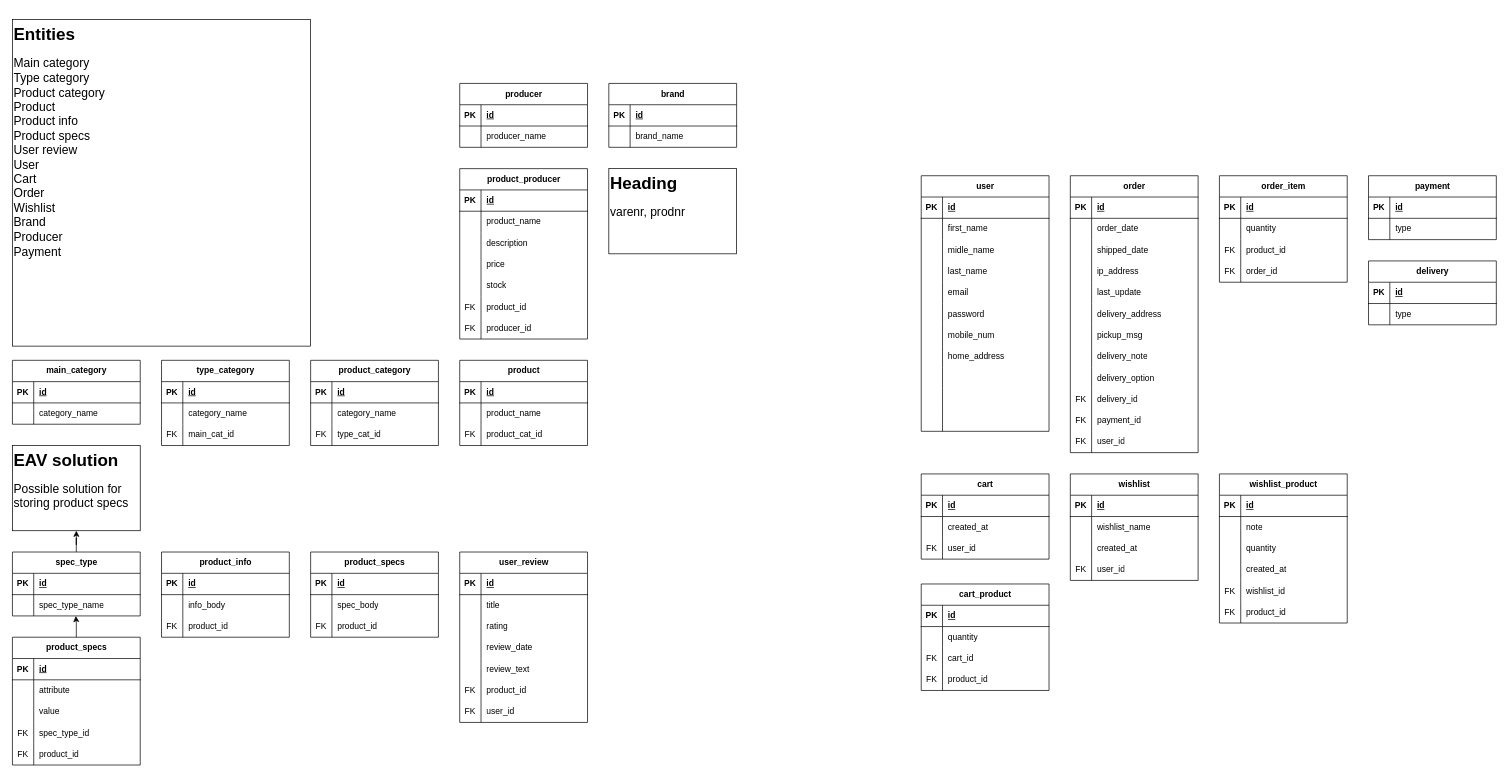
Above: komplett_ERD.drawio in mats-bb/DataAnalysis-OLTP-DWH (draw.io), before the change. Source tidied: cells renumbered, new cells numbered last; positions are measured from the earlier drawing's top-left corner, leaving out a move shared by most shapes. Both pictures are drawn from the tidied source at 71%, with x=0, y=0 at pixel (12, 19).
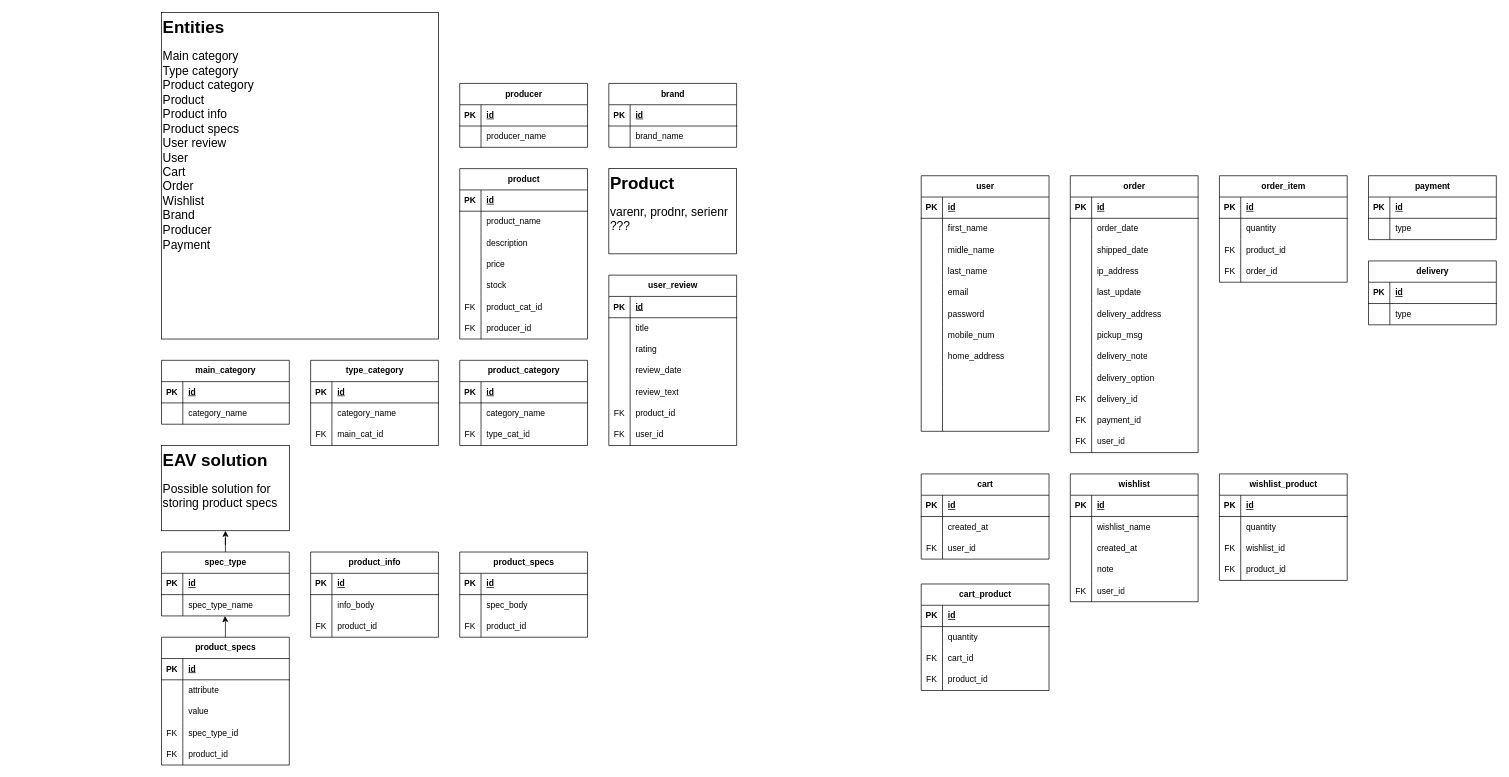
After the change.

The change refers to these unchanged cells:
```xml
<mxCell id="284" style="shape=tableRow;horizontal=0;startSize=0;swimlaneHead=0;swimlaneBody=0;fillColor=none;top=0;left=0;right=0;bottom=0;" parent="268" vertex="1">
  <mxGeometry y="180" width="180" height="30" as="geometry" />
</mxCell>
```

Change to the diagram source:
```diff
@@
     <mxCell id="2" value="&lt;h1 style=&quot;margin-top: 0px;&quot;&gt;Entities&lt;/h1&gt;&lt;p style=&quot;font-size: 17px;&quot;&gt;Main category&lt;br&gt;Type category&lt;br&gt;Product category&lt;br&gt;Product&lt;br&gt;Product info&lt;br&gt;Product specs&lt;br&gt;User review&amp;nbsp;&lt;br&gt;User&lt;br&gt;Cart&lt;br&gt;Order&lt;br&gt;Wishlist&lt;br&gt;Brand&lt;br&gt;Producer&lt;br&gt;Payment&lt;br&gt;&lt;br&gt;&lt;br&gt;&lt;/p&gt;" style="text;html=1;whiteSpace=wrap;overflow=hidden;rounded=0;fillColor=default;strokeColor=default;" parent="1" vertex="1">
-      <mxGeometry width="420" height="460" as="geometry" />
+      <mxGeometry x="210" y="-10" width="390" height="460" as="geometry" />
     </mxCell>
     <mxCell id="3" value="main_category" style="shape=table;startSize=30;childLayout=tableLayout;rowLines=0;fontStyle=1;align=center;html=1;" parent="1" vertex="1">
-      <mxGeometry y="480" width="180" height="90" as="geometry" />
+      <mxGeometry x="210" y="480" width="180" height="90" as="geometry" />
     </mxCell>
@@
     <mxCell id="10" value="type_category" style="shape=table;startSize=30;childLayout=tableLayout;rowLines=0;fontStyle=1;align=center;html=1;" parent="1" vertex="1">
-      <mxGeometry x="210" y="480" width="180" height="120" as="geometry" />
+      <mxGeometry x="420" y="480" width="180" height="120" as="geometry" />
     </mxCell>
@@
     <mxCell id="20" value="product_category" style="shape=table;startSize=30;childLayout=tableLayout;rowLines=0;fontStyle=1;align=center;html=1;" parent="1" vertex="1">
-      <mxGeometry x="420" y="480" width="180" height="120" as="geometry" />
+      <mxGeometry x="630" y="480" width="180" height="120" as="geometry" />
     </mxCell>
@@
-    <mxCell id="30" value="product" style="shape=table;startSize=30;childLayout=tableLayout;rowLines=0;fontStyle=1;align=center;html=1;" parent="1" vertex="1">
-      <mxGeometry x="630" y="480" width="180" height="120" as="geometry" />
-    </mxCell>
-    <mxCell id="31" style="shape=tableRow;horizontal=0;startSize=0;swimlaneHead=0;swimlaneBody=0;fillColor=none;top=0;left=0;right=0;bottom=1;" parent="30" vertex="1">
-      <mxGeometry y="30" width="180" height="30" as="geometry" />
-    </mxCell>
-    <mxCell id="32" value="PK" style="shape=partialRectangle;fillColor=none;top=0;left=0;bottom=0;right=0;fontStyle=1;overflow=hidden;whiteSpace=wrap;html=1;" parent="31" vertex="1">
-      <mxGeometry width="30" height="30" as="geometry" />
-    </mxCell>
-    <mxCell id="33" value="id" style="shape=partialRectangle;fillColor=none;top=0;left=0;bottom=0;right=0;align=left;spacingLeft=6;fontStyle=5;overflow=hidden;whiteSpace=wrap;html=1;" parent="31" vertex="1">
-      <mxGeometry x="30" width="150" height="30" as="geometry" />
-    </mxCell>
-    <mxCell id="34" style="shape=tableRow;horizontal=0;startSize=0;swimlaneHead=0;swimlaneBody=0;fillColor=none;top=0;left=0;right=0;bottom=0;" parent="30" vertex="1">
-      <mxGeometry y="60" width="180" height="30" as="geometry" />
-    </mxCell>
-    <mxCell id="35" style="shape=partialRectangle;fillColor=none;top=0;left=0;bottom=0;right=0;overflow=hidden;whiteSpace=wrap;html=1;" parent="34" vertex="1">
-      <mxGeometry width="30" height="30" as="geometry" />
-    </mxCell>
-    <mxCell id="36" value="product_name" style="shape=partialRectangle;fillColor=none;top=0;left=0;bottom=0;right=0;align=left;spacingLeft=6;overflow=hidden;whiteSpace=wrap;html=1;" parent="34" vertex="1">
-      <mxGeometry x="30" width="150" height="30" as="geometry" />
-    </mxCell>
-    <mxCell id="37" style="shape=tableRow;horizontal=0;startSize=0;swimlaneHead=0;swimlaneBody=0;fillColor=none;top=0;left=0;right=0;bottom=0;" parent="30" vertex="1">
-      <mxGeometry y="90" width="180" height="30" as="geometry" />
-    </mxCell>
-    <mxCell id="38" value="FK" style="shape=partialRectangle;fillColor=none;top=0;left=0;bottom=0;right=0;overflow=hidden;whiteSpace=wrap;html=1;" parent="37" vertex="1">
-      <mxGeometry width="30" height="30" as="geometry" />
-    </mxCell>
-    <mxCell id="39" value="product_cat_id" style="shape=partialRectangle;fillColor=none;top=0;left=0;bottom=0;right=0;align=left;spacingLeft=6;overflow=hidden;whiteSpace=wrap;html=1;" parent="37" vertex="1">
-      <mxGeometry x="30" width="150" height="30" as="geometry" />
-    </mxCell>
     <mxCell id="40" value="product_info" style="shape=table;startSize=30;childLayout=tableLayout;rowLines=0;fontStyle=1;align=center;html=1;" parent="1" vertex="1">
-      <mxGeometry x="210" y="750" width="180" height="120" as="geometry" />
+      <mxGeometry x="420" y="750" width="180" height="120" as="geometry" />
     </mxCell>
@@
     <mxCell id="50" value="product_specs" style="shape=table;startSize=30;childLayout=tableLayout;rowLines=0;fontStyle=1;align=center;html=1;" parent="1" vertex="1">
-      <mxGeometry x="420" y="750" width="180" height="120" as="geometry" />
+      <mxGeometry x="630" y="750" width="180" height="120" as="geometry" />
     </mxCell>
@@
     <mxCell id="60" value="user_review" style="shape=table;startSize=30;childLayout=tableLayout;rowLines=0;fontStyle=1;align=center;html=1;" parent="1" vertex="1">
-      <mxGeometry x="630" y="750" width="180" height="240" as="geometry" />
+      <mxGeometry x="840" y="360" width="180" height="240" as="geometry" />
     </mxCell>
@@
     <mxCell id="163" value="wishlist" style="shape=table;startSize=30;childLayout=tableLayout;rowLines=0;fontStyle=1;align=center;html=1;" parent="1" vertex="1">
-      <mxGeometry x="1490" y="640" width="180" height="150" as="geometry" />
+      <mxGeometry x="1490" y="640" width="180" height="180" as="geometry" />
     </mxCell>
@@
+    <mxCell id="246" style="shape=tableRow;horizontal=0;startSize=0;swimlaneHead=0;swimlaneBody=0;fillColor=none;top=0;left=0;right=0;bottom=0;" parent="163" vertex="1">
+      <mxGeometry y="120" width="180" height="30" as="geometry" />
+    </mxCell>
+    <mxCell id="298" style="shape=partialRectangle;fillColor=none;top=0;left=0;bottom=0;right=0;overflow=hidden;whiteSpace=wrap;html=1;" parent="246" vertex="1">
+      <mxGeometry width="30" height="30" as="geometry" />
+    </mxCell>
+    <mxCell id="242" value="note" style="shape=partialRectangle;fillColor=none;top=0;left=0;bottom=0;right=0;align=left;spacingLeft=6;overflow=hidden;whiteSpace=wrap;html=1;" parent="246" vertex="1">
+      <mxGeometry x="30" width="150" height="30" as="geometry" />
+    </mxCell>
     <mxCell id="173" style="shape=tableRow;horizontal=0;startSize=0;swimlaneHead=0;swimlaneBody=0;fillColor=none;top=0;left=0;right=0;bottom=0;" parent="163" vertex="1">
-      <mxGeometry y="120" width="180" height="30" as="geometry" />
+      <mxGeometry y="150" width="180" height="30" as="geometry" />
     </mxCell>
@@
     <mxCell id="190" value="product_specs" style="shape=table;startSize=30;childLayout=tableLayout;rowLines=0;fontStyle=1;align=center;html=1;" parent="1" vertex="1">
-      <mxGeometry y="870" width="180" height="180" as="geometry" />
+      <mxGeometry x="210" y="870" width="180" height="180" as="geometry" />
     </mxCell>
@@
     <mxCell id="207" value="spec_type" style="shape=table;startSize=30;childLayout=tableLayout;rowLines=0;fontStyle=1;align=center;html=1;" parent="1" vertex="1">
-      <mxGeometry y="750" width="180" height="90" as="geometry" />
+      <mxGeometry x="210" y="750" width="180" height="90" as="geometry" />
     </mxCell>
@@
     <mxCell id="214" value="&lt;h1 style=&quot;margin-top: 0px;&quot;&gt;EAV solution&lt;/h1&gt;&lt;p&gt;&lt;span style=&quot;font-size: 17px;&quot;&gt;Possible solution for storing product specs&lt;/span&gt;&lt;/p&gt;" style="text;html=1;whiteSpace=wrap;overflow=hidden;rounded=0;fillColor=default;strokeColor=default;" parent="1" vertex="1">
-      <mxGeometry y="600" width="180" height="120" as="geometry" />
+      <mxGeometry x="210" y="600" width="180" height="120" as="geometry" />
     </mxCell>
@@
     <mxCell id="236" value="wishlist_product" style="shape=table;startSize=30;childLayout=tableLayout;rowLines=0;fontStyle=1;align=center;html=1;" parent="1" vertex="1">
-      <mxGeometry x="1700" y="640" width="180" height="210" as="geometry" />
+      <mxGeometry x="1700" y="640" width="180" height="150" as="geometry" />
     </mxCell>
@@
-    <mxCell id="240" style="shape=tableRow;horizontal=0;startSize=0;swimlaneHead=0;swimlaneBody=0;fillColor=none;top=0;left=0;right=0;bottom=0;" parent="236" vertex="1">
-      <mxGeometry y="60" width="180" height="30" as="geometry" />
-    </mxCell>
-    <mxCell id="241" style="shape=partialRectangle;fillColor=none;top=0;left=0;bottom=0;right=0;overflow=hidden;whiteSpace=wrap;html=1;" parent="240" vertex="1">
-      <mxGeometry width="30" height="30" as="geometry" />
-    </mxCell>
-    <mxCell id="242" value="note" style="shape=partialRectangle;fillColor=none;top=0;left=0;bottom=0;right=0;align=left;spacingLeft=6;overflow=hidden;whiteSpace=wrap;html=1;" parent="240" vertex="1">
-      <mxGeometry x="30" width="150" height="30" as="geometry" />
-    </mxCell>
     <mxCell id="243" style="shape=tableRow;horizontal=0;startSize=0;swimlaneHead=0;swimlaneBody=0;fillColor=none;top=0;left=0;right=0;bottom=0;" parent="236" vertex="1">
-      <mxGeometry y="90" width="180" height="30" as="geometry" />
+      <mxGeometry y="60" width="180" height="30" as="geometry" />
     </mxCell>
@@
-    <mxCell id="246" style="shape=tableRow;horizontal=0;startSize=0;swimlaneHead=0;swimlaneBody=0;fillColor=none;top=0;left=0;right=0;bottom=0;" parent="236" vertex="1">
-      <mxGeometry y="120" width="180" height="30" as="geometry" />
-    </mxCell>
-    <mxCell id="247" style="shape=partialRectangle;fillColor=none;top=0;left=0;bottom=0;right=0;overflow=hidden;whiteSpace=wrap;html=1;" parent="246" vertex="1">
-      <mxGeometry width="30" height="30" as="geometry" />
-    </mxCell>
-    <mxCell id="248" value="created_at" style="shape=partialRectangle;fillColor=none;top=0;left=0;bottom=0;right=0;align=left;spacingLeft=6;overflow=hidden;whiteSpace=wrap;html=1;" parent="246" vertex="1">
-      <mxGeometry x="30" width="150" height="30" as="geometry" />
-    </mxCell>
     <mxCell id="249" style="shape=tableRow;horizontal=0;startSize=0;swimlaneHead=0;swimlaneBody=0;fillColor=none;top=0;left=0;right=0;bottom=0;" parent="236" vertex="1">
-      <mxGeometry y="150" width="180" height="30" as="geometry" />
+      <mxGeometry y="90" width="180" height="30" as="geometry" />
     </mxCell>
@@
     <mxCell id="252" style="shape=tableRow;horizontal=0;startSize=0;swimlaneHead=0;swimlaneBody=0;fillColor=none;top=0;left=0;right=0;bottom=0;" parent="236" vertex="1">
-      <mxGeometry y="180" width="180" height="30" as="geometry" />
+      <mxGeometry y="120" width="180" height="30" as="geometry" />
     </mxCell>
@@
-    <mxCell id="268" value="product_producer" style="shape=table;startSize=30;childLayout=tableLayout;rowLines=0;fontStyle=1;align=center;html=1;" parent="1" vertex="1">
+    <mxCell id="268" value="product" style="shape=table;startSize=30;childLayout=tableLayout;rowLines=0;fontStyle=1;align=center;html=1;" parent="1" vertex="1">
       <mxGeometry x="630" y="210" width="180" height="240" as="geometry" />
     </mxCell>
@@
-    <mxCell id="286" value="product_id" style="shape=partialRectangle;fillColor=none;top=0;left=0;bottom=0;right=0;align=left;spacingLeft=6;overflow=hidden;whiteSpace=wrap;html=1;" parent="284" vertex="1">
+    <mxCell id="286" value="product_cat_id" style="shape=partialRectangle;fillColor=none;top=0;left=0;bottom=0;right=0;align=left;spacingLeft=6;overflow=hidden;whiteSpace=wrap;html=1;" parent="284" vertex="1">
       <mxGeometry x="30" width="150" height="30" as="geometry" />
     </mxCell>
@@
-    <mxCell id="297" value="&lt;h1 style=&quot;margin-top: 0px;&quot;&gt;Heading&lt;/h1&gt;&lt;p&gt;&lt;font style=&quot;font-size: 17px;&quot;&gt;varenr, prodnr&lt;/font&gt;&lt;/p&gt;" style="text;html=1;whiteSpace=wrap;overflow=hidden;rounded=0;strokeColor=default;fillColor=default;" parent="1" vertex="1">
+    <mxCell id="297" value="&lt;h1 style=&quot;margin-top: 0px;&quot;&gt;Product&lt;/h1&gt;&lt;p&gt;&lt;font style=&quot;font-size: 17px;&quot;&gt;varenr, prodnr, serienr&lt;br&gt;???&lt;/font&gt;&lt;/p&gt;" style="text;html=1;whiteSpace=wrap;overflow=hidden;rounded=0;strokeColor=default;fillColor=default;" parent="1" vertex="1">
       <mxGeometry x="840" y="210" width="180" height="120" as="geometry" />
     </mxCell>
```
